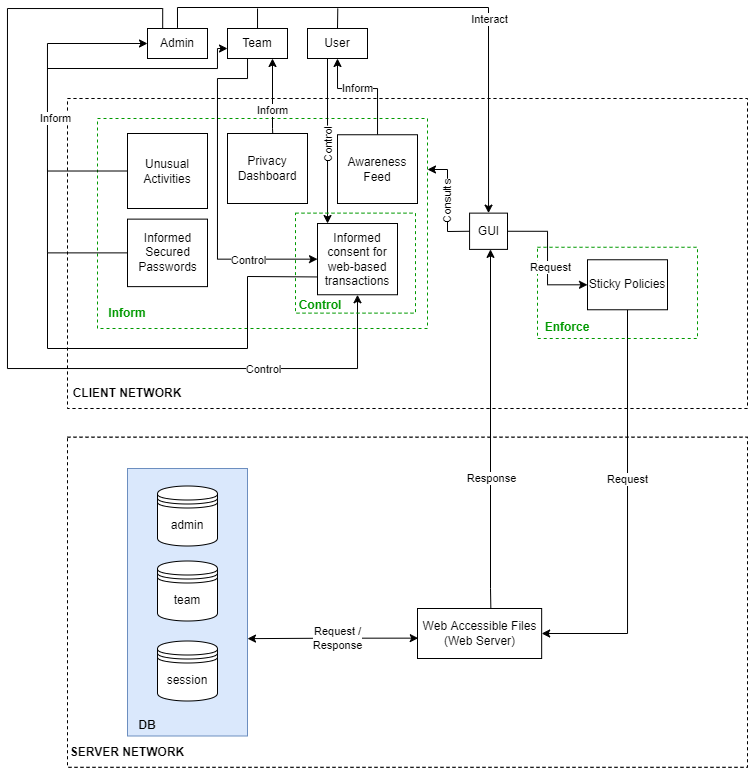
The draw.io diagram Process_Oriented_Strategies_class_diagram.drawio.png in claudialorusso/CivicSense, before a commit. Source tidied: cells renumbered, new cells last; positions are measured from the earlier drawing's top-left corner, leaving out a move shared by most shapes.
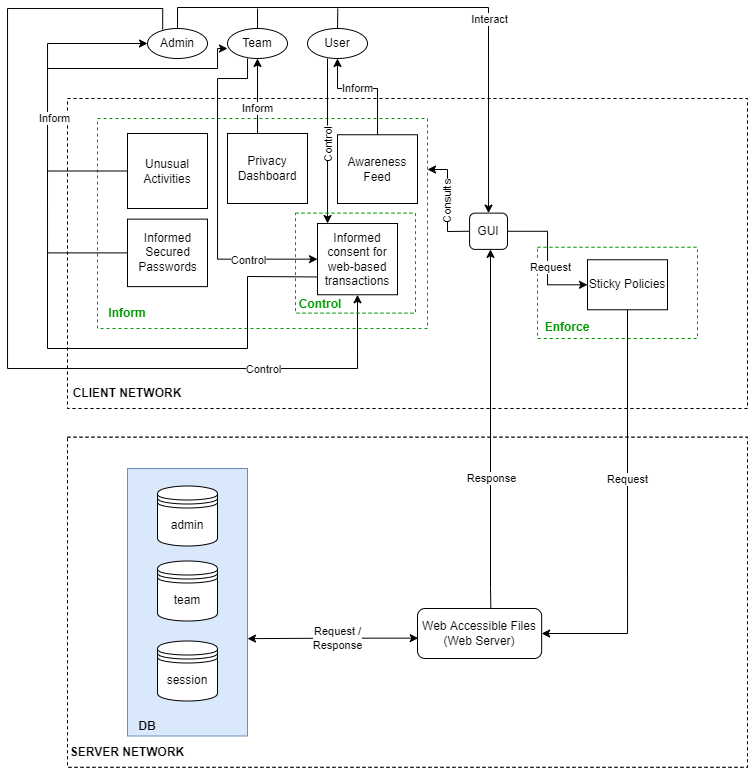
The same diagram one commit later.

Diff of the diagram source:
```diff
@@ -182,7 +182,7 @@
     <mxCell id="47" value="Response" style="edgeLabel;html=1;align=center;verticalAlign=middle;fontColor=#000000;" parent="46" vertex="1">
       <mxGeometry x="0.27" y="1" relative="1" as="geometry" />
     </mxCell>
-    <mxCell id="48" value="GUI" style="html=1;" parent="1" vertex="1">
+    <mxCell id="48" value="GUI" style="rounded=1;whiteSpace=wrap;html=1;" parent="1" vertex="1">
       <mxGeometry x="462.1" y="205.6" width="37.9" height="36.3" as="geometry" />
     </mxCell>
     <mxCell id="49" style="edgeStyle=orthogonalEdgeStyle;rounded=0;jettySize=auto;html=1;startArrow=none;startFill=0;endArrow=none;endFill=0;" parent="1" edge="1" source="50">
@@ -214,7 +214,7 @@
         <mxPoint x="330.3" y="1" as="targetPoint" />
       </mxGeometry>
     </mxCell>
-    <mxCell id="55" value="User" style="rounded=0;whiteSpace=wrap;html=1;" parent="1" vertex="1">
+    <mxCell id="55" value="User" style="ellipse;whiteSpace=wrap;html=1;" parent="1" vertex="1">
       <mxGeometry x="300" y="21" width="60" height="30" as="geometry" />
     </mxCell>
     <mxCell id="56" style="edgeStyle=orthogonalEdgeStyle;rounded=0;jettySize=auto;html=1;exitX=0.253;exitY=0.032;exitDx=0;exitDy=0;endArrow=classic;endFill=1;entryX=0.5;entryY=1;entryDx=0;entryDy=0;exitPerimeter=0;" parent="1" edge="1" source="58" target="92">
@@ -230,20 +230,19 @@
     <mxCell id="57" value="Control" style="edgeLabel;html=1;align=center;verticalAlign=middle;" parent="56" vertex="1">
       <mxGeometry x="0.65" y="-1" relative="1" as="geometry" />
     </mxCell>
-    <mxCell id="58" value="Admin" style="rounded=0;whiteSpace=wrap;html=1;" parent="1" vertex="1">
+    <mxCell id="58" value="Admin" style="ellipse;whiteSpace=wrap;html=1;" parent="1" vertex="1">
       <mxGeometry x="140" y="21" width="60" height="30" as="geometry" />
     </mxCell>
-    <mxCell id="59" style="edgeStyle=orthogonalEdgeStyle;rounded=0;jettySize=auto;html=1;startArrow=classic;startFill=1;endArrow=none;endFill=0;entryX=0.566;entryY=0.013;entryDx=0;entryDy=0;exitX=0.75;exitY=1;exitDx=0;exitDy=0;entryPerimeter=0;" parent="1" edge="1" source="63" target="76">
+    <mxCell id="59" style="edgeStyle=orthogonalEdgeStyle;rounded=0;jettySize=auto;html=1;startArrow=classic;startFill=1;endArrow=none;endFill=0;entryX=0.566;entryY=0.013;entryDx=0;entryDy=0;exitX=0.5;exitY=1;exitDx=0;exitDy=0;entryPerimeter=0;" parent="1" edge="1" source="63" target="76">
       <mxGeometry relative="1" as="geometry">
         <Array as="points">
-          <mxPoint x="265" y="121" />
-          <mxPoint x="265" y="121" />
+          <mxPoint x="250" y="127" />
         </Array>
       </mxGeometry>
     </mxCell>
     <mxCell id="60" value="Inform" style="edgeLabel;html=1;align=center;verticalAlign=middle;" parent="59" vertex="1">
       <mxGeometry x="0.29" y="1" relative="1" as="geometry">
-        <mxPoint x="-1" y="3" as="offset" />
+        <mxPoint x="-1" y="-9" as="offset" />
       </mxGeometry>
     </mxCell>
     <mxCell id="61" style="edgeStyle=orthogonalEdgeStyle;rounded=0;jettySize=auto;html=1;fontColor=#009900;startArrow=classic;startFill=1;endArrow=none;endFill=0;exitX=0;exitY=0.667;exitDx=0;exitDy=0;exitPerimeter=0;" parent="1" edge="1" source="63">
@@ -264,7 +263,7 @@
         </Array>
       </mxGeometry>
     </mxCell>
-    <mxCell id="63" value="Team" style="rounded=0;whiteSpace=wrap;html=1;" parent="1" vertex="1">
+    <mxCell id="63" value="Team" style="ellipse;whiteSpace=wrap;html=1;" parent="1" vertex="1">
       <mxGeometry x="220" y="21" width="60" height="30" as="geometry" />
     </mxCell>
     <mxCell id="64" style="edgeStyle=elbowEdgeStyle;rounded=0;orthogonalLoop=1;jettySize=auto;html=1;entryX=0;entryY=0.5;entryDx=0;entryDy=0;" parent="1" edge="1" source="55" target="55">
@@ -306,7 +305,7 @@
         <mxPoint x="23" as="offset" />
       </mxGeometry>
     </mxCell>
-    <mxCell id="75" value="Web Accessible Files&lt;br&gt;(Web Server)" style="html=1;" parent="1" vertex="1">
+    <mxCell id="75" value="Web Accessible Files&lt;br&gt;(Web Server)" style="rounded=1;whiteSpace=wrap;html=1;" parent="1" vertex="1">
       <mxGeometry x="410" y="601" width="124.2" height="50" as="geometry" />
     </mxCell>
     <mxCell id="76" value="Privacy Dashboard" style="rounded=0;whiteSpace=wrap;html=1;" parent="1" vertex="1">
```
